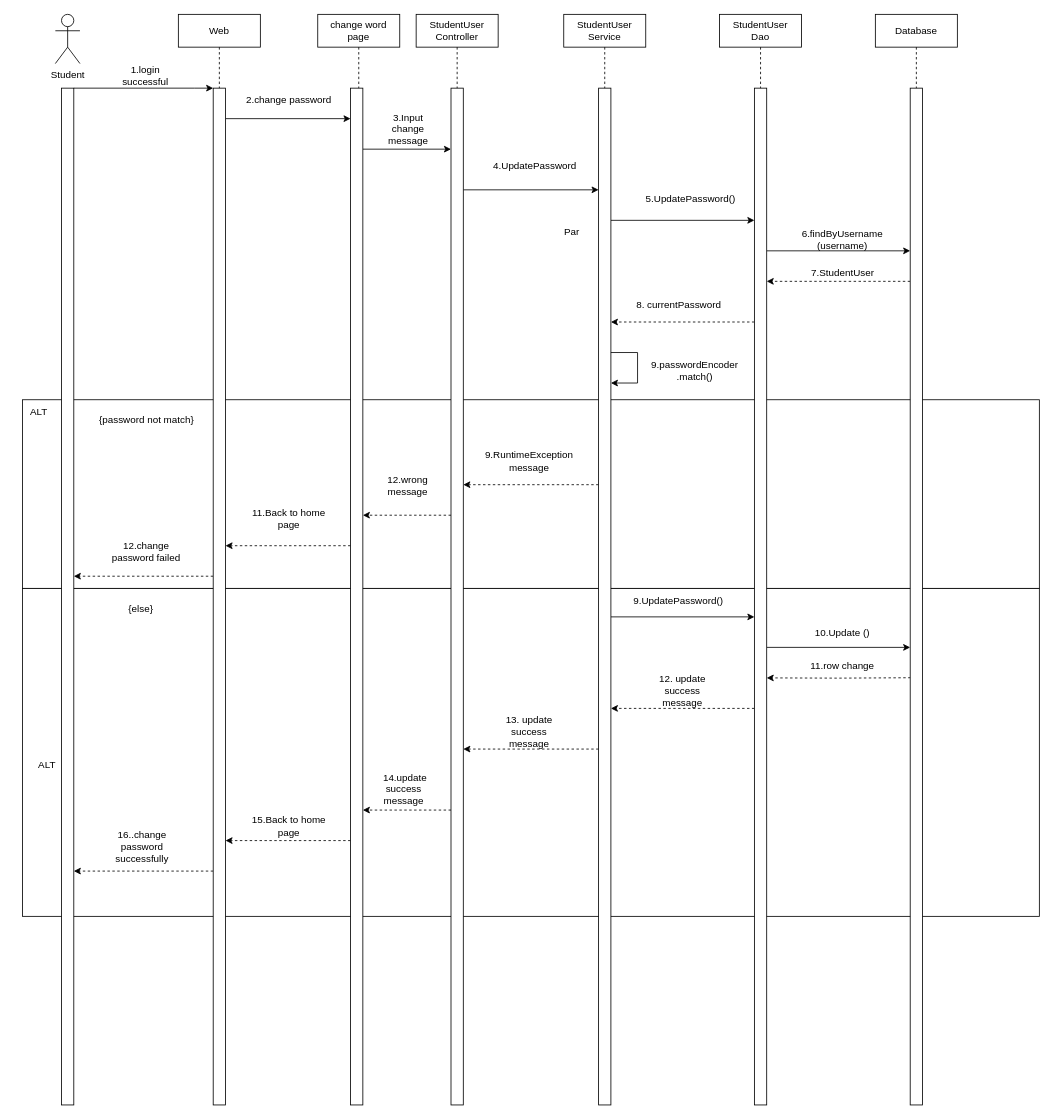
Before: change password.drawio in vriusc/Intelligent-Tutoring-System, a draw.io diagram. Source tidied: cells renumbered, new cells numbered last; positions are measured from the earlier drawing's top-left corner, leaving out a move shared by most shapes. Both pictures are drawn from the tidied source at 82%, with x=0, y=0 at pixel (14, 14).
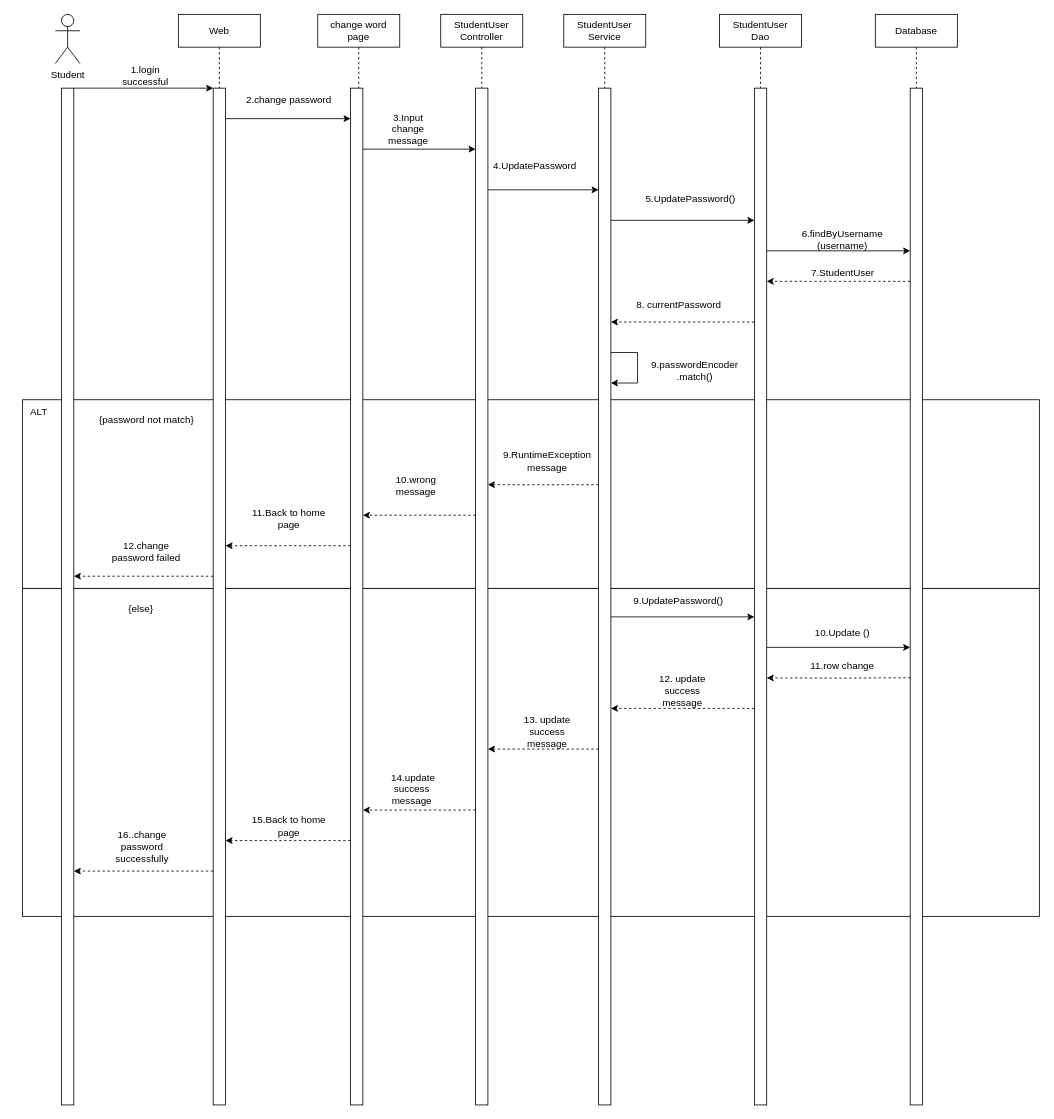
After the change.

Diff of the diagram source:
```diff
@@
     <mxCell id="4" value="StudentUser&lt;br&gt;Controller" style="shape=umlLifeline;perimeter=lifelinePerimeter;whiteSpace=wrap;html=1;newEdgeStyle={&quot;edgeStyle&quot;:&quot;elbowEdgeStyle&quot;,&quot;elbow&quot;:&quot;vertical&quot;,&quot;curved&quot;:0,&quot;rounded&quot;:0};size=40;" parent="1" vertex="1">
-      <mxGeometry x="490" width="100" height="550" as="geometry" />
+      <mxGeometry x="520" width="100" height="550" as="geometry" />
     </mxCell>
@@
     <mxCell id="16" value="&lt;span style=&quot;orphans: 2; text-align: center; text-indent: 0px; widows: 2; text-decoration-thickness: initial; text-decoration-style: initial; text-decoration-color: initial; float: none; display: inline !important;&quot;&gt;9.RuntimeException&lt;/span&gt;&lt;br style=&quot;border-color: rgb(0, 0, 0); orphans: 2; text-align: center; text-indent: 0px; widows: 2; text-decoration-thickness: initial; text-decoration-style: initial; text-decoration-color: initial;&quot;&gt;&lt;span style=&quot;orphans: 2; text-align: center; text-indent: 0px; widows: 2; text-decoration-thickness: initial; text-decoration-style: initial; text-decoration-color: initial; float: none; display: inline !important;&quot;&gt;message&lt;/span&gt;" style="text;html=1;strokeColor=none;fillColor=none;align=center;verticalAlign=middle;whiteSpace=wrap;rounded=0;" parent="1" vertex="1">
-      <mxGeometry x="597.5" y="530" width="60" height="30" as="geometry" />
+      <mxGeometry x="620" y="530" width="60" height="30" as="geometry" />
     </mxCell>
@@
     <mxCell id="31" style="rounded=0;whiteSpace=wrap;html=1;points=[[0,0,0,0,0],[0,0.03,0,0,0],[0,0.06,0,0,0],[0,0.1,0,0,0],[0,0.13,0,0,0],[0,0.16,0,0,0],[0,0.19,0,0,0],[0,0.23,0,0,0],[0,0.25,0,0,0],[0,0.26,0,0,0],[0,0.29,0,0,0],[0,0.32,0,0,0],[0,0.35,0,0,0],[0,0.39,0,0,0],[0,0.42,0,0,0],[0,0.45,0,0,0],[0,0.48,0,0,0],[0,0.5,0,0,0],[0,0.52,0,0,0],[0,0.55,0,0,0],[0,0.58,0,0,0],[0,0.61,0,0,0],[0,0.65,0,0,0],[0,0.68,0,0,0],[0,0.71,0,0,0],[0,0.74,0,0,0],[0,0.75,0,0,0],[0,0.77,0,0,0],[0,0.81,0,0,0],[0,0.84,0,0,0],[0,0.87,0,0,0],[0,0.9,0,0,0],[0,0.94,0,0,0],[0,0.97,0,0,0],[0,1,0,0,0],[0.25,0,0,0,0],[0.25,1,0,0,0],[0.5,0,0,0,0],[0.5,1,0,0,0],[0.75,0,0,0,0],[0.75,1,0,0,0],[1,0,0,0,0],[1,0.03,0,0,0],[1,0.06,0,0,0],[1,0.1,0,0,0],[1,0.13,0,0,0],[1,0.16,0,0,0],[1,0.19,0,0,0],[1,0.23,0,0,0],[1,0.25,0,0,0],[1,0.26,0,0,0],[1,0.29,0,0,0],[1,0.32,0,0,0],[1,0.35,0,0,0],[1,0.39,0,0,0],[1,0.42,0,0,0],[1,0.45,0,0,0],[1,0.48,0,0,0],[1,0.5,0,0,0],[1,0.52,0,0,0],[1,0.55,0,0,0],[1,0.58,0,0,0],[1,0.61,0,0,0],[1,0.65,0,0,0],[1,0.68,0,0,0],[1,0.71,0,0,0],[1,0.74,0,0,0],[1,0.75,0,0,0],[1,0.77,0,0,0],[1,0.81,0,0,0],[1,0.84,0,0,0],[1,0.87,0,0,0],[1,0.9,0,0,0],[1,0.94,0,0,0],[1,0.97,0,0,0],[1,1,0,0,0]];" parent="1" vertex="1">
-      <mxGeometry x="532.5" y="90" width="15" height="1240" as="geometry" />
+      <mxGeometry x="562.5" y="90" width="15" height="1240" as="geometry" />
     </mxCell>
@@
-    <mxCell id="45" value="Par" style="text;html=1;strokeColor=none;fillColor=none;align=center;verticalAlign=middle;whiteSpace=wrap;rounded=0;" parent="1" vertex="1">
-      <mxGeometry x="650" y="250" width="60" height="30" as="geometry" />
-    </mxCell>
@@
-    <mxCell id="48" value="12.wrong message" style="text;html=1;strokeColor=none;fillColor=none;align=center;verticalAlign=middle;whiteSpace=wrap;rounded=0;" parent="1" vertex="1">
-      <mxGeometry x="450" y="560" width="60" height="30" as="geometry" />
+    <mxCell id="48" value="10.wrong message" style="text;html=1;strokeColor=none;fillColor=none;align=center;verticalAlign=middle;whiteSpace=wrap;rounded=0;" parent="1" vertex="1">
+      <mxGeometry x="460" y="560" width="60" height="30" as="geometry" />
     </mxCell>
@@
-    <mxCell id="56" value="ALT" style="text;html=1;strokeColor=none;fillColor=none;align=center;verticalAlign=middle;whiteSpace=wrap;rounded=0;" parent="1" vertex="1">
-      <mxGeometry x="10" y="900" width="60" height="30" as="geometry" />
-    </mxCell>
@@
     <mxCell id="62" value="13.&amp;nbsp;update success&lt;br&gt;message" style="text;html=1;strokeColor=none;fillColor=none;align=center;verticalAlign=middle;whiteSpace=wrap;rounded=0;" parent="1" vertex="1">
-      <mxGeometry x="597.5" y="860" width="60" height="30" as="geometry" />
+      <mxGeometry x="620" y="860" width="60" height="30" as="geometry" />
     </mxCell>
@@
     <mxCell id="64" value="&amp;nbsp;14.update success&lt;br&gt;message" style="text;html=1;strokeColor=none;fillColor=none;align=center;verticalAlign=middle;whiteSpace=wrap;rounded=0;" parent="1" vertex="1">
-      <mxGeometry x="445" y="930" width="60" height="30" as="geometry" />
+      <mxGeometry x="455" y="930" width="60" height="30" as="geometry" />
     </mxCell>
```
